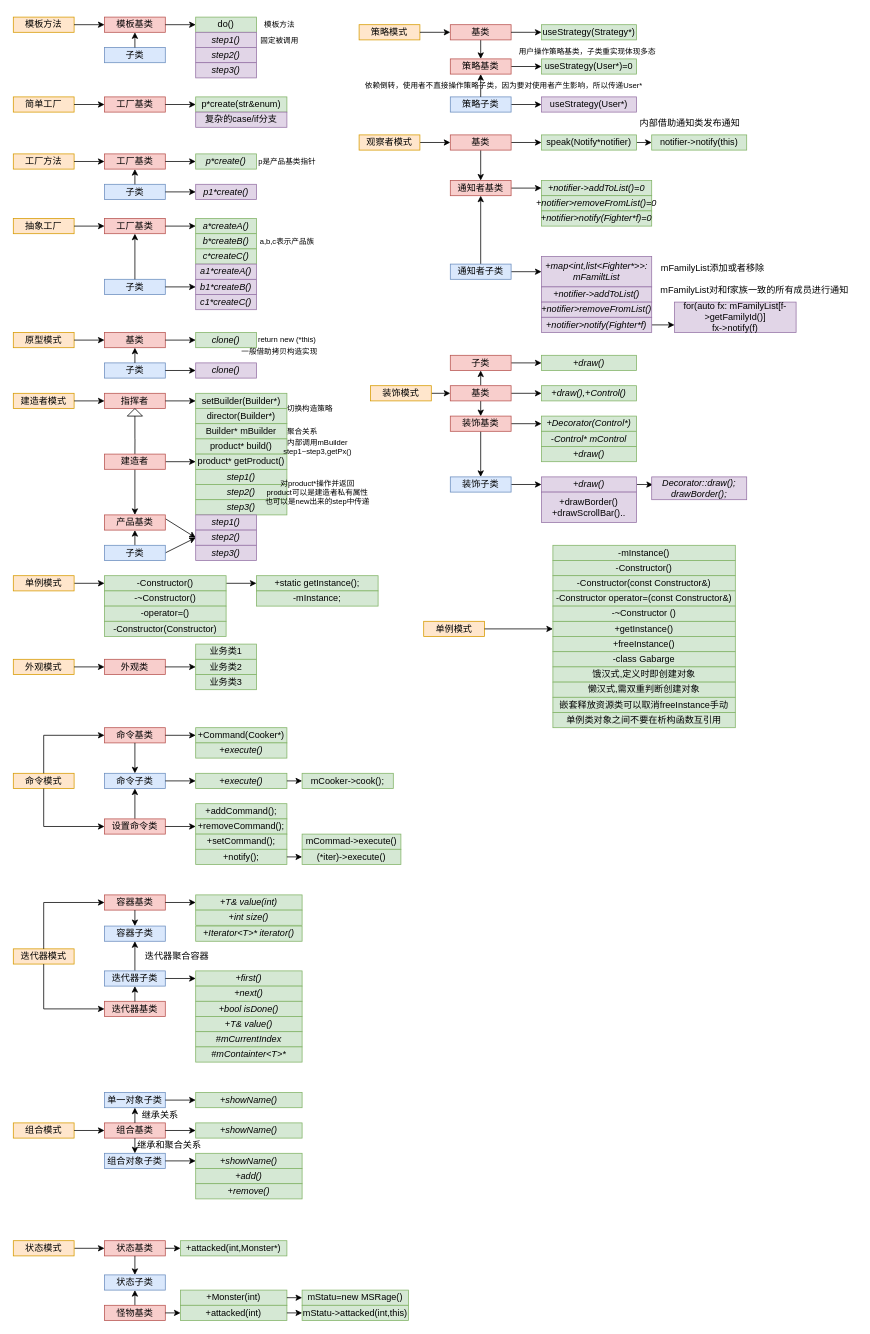
The draw.io diagram designMode.drawio in chenbei97/C--DesignMode, before the edit. Source tidied: cells renumbered, new cells numbered last; positions are measured from the earlier drawing's top-left corner, leaving out a move shared by most shapes. Both pictures are drawn from the tidied source at 76%, with x=0, y=0 at pixel (13, 13).
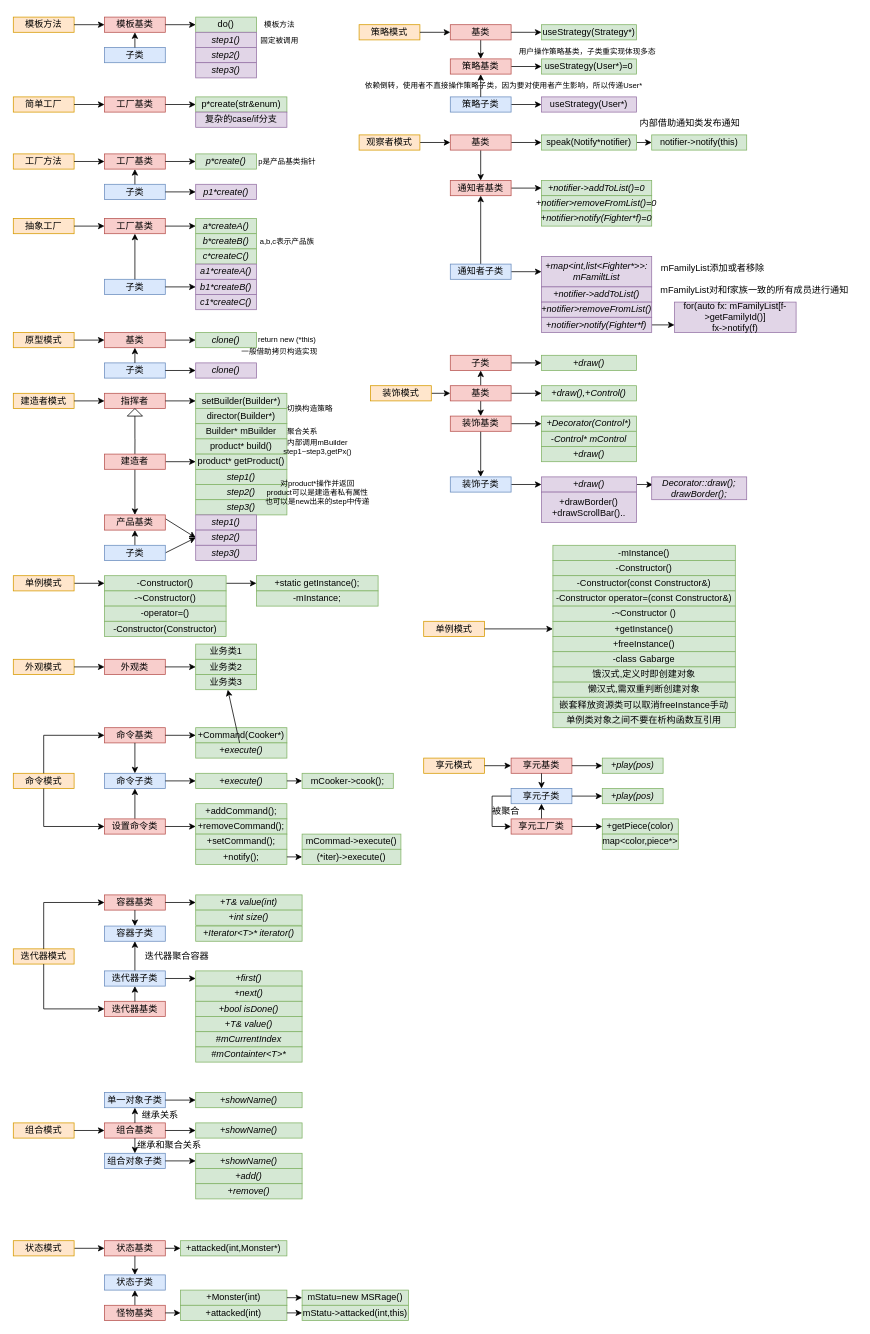
Above is the later version.

The change refers to these unchanged cells:
```xml
<mxCell id="184" value="业务类3" style="whiteSpace=wrap;html=1;fillColor=#d5e8d4;strokeColor=#82b366;" parent="177" vertex="1">
  <mxGeometry x="240" y="40" width="80" height="20" as="geometry" />
</mxCell>
<mxCell id="193" value="&lt;i&gt;+execute()&lt;/i&gt;" style="whiteSpace=wrap;html=1;fillColor=#d5e8d4;strokeColor=#82b366;" parent="185" vertex="1">
  <mxGeometry x="240" y="20" width="120" height="20" as="geometry" />
</mxCell>
```

Diff of the diagram source:
```diff
@@
+    <mxCell id="267" style="edgeStyle=none;html=1;" parent="1" edge="1" source="193" target="184">
+      <mxGeometry relative="1" as="geometry" />
+    </mxCell>
+    <mxCell id="268" style="group;" parent="1" vertex="1">
+      <mxGeometry x="540" y="980" width="335" height="120" as="geometry" />
+    </mxCell>
+    <mxCell id="269" value="享元模式" style="whiteSpace=wrap;html=1;fillColor=#ffe6cc;strokeColor=#d79b00;" parent="268" vertex="1">
+      <mxGeometry width="80" height="20" as="geometry" />
+    </mxCell>
+    <mxCell id="270" value="享元基类" style="whiteSpace=wrap;html=1;fillColor=#f8cecc;strokeColor=#b85450;" parent="268" vertex="1">
+      <mxGeometry x="115" width="80" height="20" as="geometry" />
+    </mxCell>
+    <mxCell id="271" style="edgeStyle=none;html=1;exitX=1;exitY=0.5;exitDx=0;exitDy=0;entryX=0;entryY=0.5;entryDx=0;entryDy=0;" parent="268" edge="1" source="269" target="270">
+      <mxGeometry relative="1" as="geometry" />
+    </mxCell>
+    <mxCell id="272" value="享元子类" style="whiteSpace=wrap;html=1;fillColor=#dae8fc;strokeColor=#6c8ebf;" parent="268" vertex="1">
+      <mxGeometry x="115" y="40" width="80" height="20" as="geometry" />
+    </mxCell>
+    <mxCell id="273" style="edgeStyle=none;html=1;exitX=0.5;exitY=1;exitDx=0;exitDy=0;" parent="268" edge="1" source="270" target="272">
+      <mxGeometry relative="1" as="geometry" />
+    </mxCell>
+    <mxCell id="274" style="edgeStyle=none;html=1;exitX=0.5;exitY=0;exitDx=0;exitDy=0;entryX=0.5;entryY=1;entryDx=0;entryDy=0;" parent="268" edge="1" source="275" target="272">
+      <mxGeometry relative="1" as="geometry" />
+    </mxCell>
+    <mxCell id="275" value="享元工厂类" style="whiteSpace=wrap;html=1;fillColor=#f8cecc;strokeColor=#b85450;" parent="268" vertex="1">
+      <mxGeometry x="115" y="80" width="80" height="20" as="geometry" />
+    </mxCell>
+    <mxCell id="276" style="edgeStyle=orthogonalEdgeStyle;html=1;exitX=0;exitY=0.5;exitDx=0;exitDy=0;entryX=0;entryY=0.5;entryDx=0;entryDy=0;rounded=0;" parent="268" edge="1" source="272" target="275">
+      <mxGeometry relative="1" as="geometry">
+        <Array as="points">
+          <mxPoint x="90" y="50" />
+          <mxPoint x="90" y="90" />
+        </Array>
+      </mxGeometry>
+    </mxCell>
+    <mxCell id="277" value="&lt;i&gt;+play(pos)&lt;/i&gt;" style="whiteSpace=wrap;html=1;fillColor=#d5e8d4;strokeColor=#82b366;" parent="268" vertex="1">
+      <mxGeometry x="235" width="80" height="20" as="geometry" />
+    </mxCell>
+    <mxCell id="278" style="edgeStyle=none;html=1;exitX=1;exitY=0.5;exitDx=0;exitDy=0;entryX=0;entryY=0.5;entryDx=0;entryDy=0;" parent="268" edge="1" source="270" target="277">
+      <mxGeometry relative="1" as="geometry" />
+    </mxCell>
+    <mxCell id="279" value="&lt;i&gt;+play(pos)&lt;/i&gt;" style="whiteSpace=wrap;html=1;fillColor=#d5e8d4;strokeColor=#82b366;" parent="268" vertex="1">
+      <mxGeometry x="235" y="40" width="80" height="20" as="geometry" />
+    </mxCell>
+    <mxCell id="280" style="edgeStyle=none;html=1;exitX=1;exitY=0.5;exitDx=0;exitDy=0;entryX=0;entryY=0.5;entryDx=0;entryDy=0;" parent="268" edge="1" source="272" target="279">
+      <mxGeometry relative="1" as="geometry" />
+    </mxCell>
+    <mxCell id="281" value="+getPiece(color)" style="whiteSpace=wrap;html=1;fillColor=#d5e8d4;strokeColor=#82b366;" parent="268" vertex="1">
+      <mxGeometry x="235" y="80" width="100" height="20" as="geometry" />
+    </mxCell>
+    <mxCell id="282" style="edgeStyle=none;html=1;exitX=1;exitY=0.5;exitDx=0;exitDy=0;" parent="268" edge="1" source="275" target="281">
+      <mxGeometry relative="1" as="geometry" />
+    </mxCell>
+    <mxCell id="283" value="被聚合" style="text;html=1;align=center;verticalAlign=middle;strokeColor=none;fillColor=none;" parent="268" vertex="1">
+      <mxGeometry x="80" y="55" width="55" height="30" as="geometry" />
+    </mxCell>
+    <mxCell id="284" value="map&amp;lt;color,piece*&amp;gt;" style="whiteSpace=wrap;html=1;fillColor=#d5e8d4;strokeColor=#82b366;" parent="268" vertex="1">
+      <mxGeometry x="235" y="100" width="100" height="20" as="geometry" />
+    </mxCell>
```
